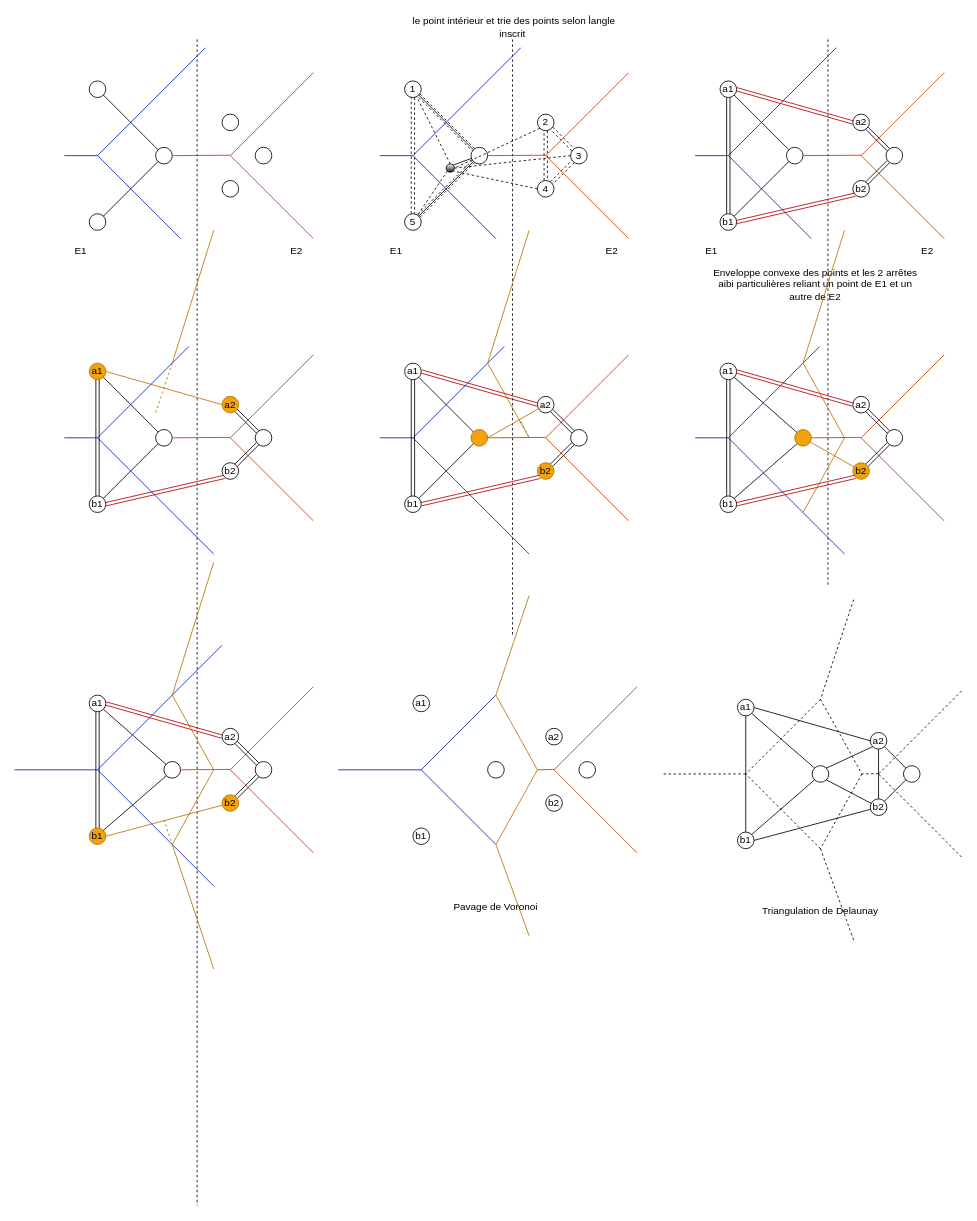
arseneRuben/MTH6405 keeps this draw.io diagram as page "probleme1" (1 of 3) of devoir4.drawio. Above is the earlier version. Source tidied: cells renumbered, new cells numbered last; positions are measured from the earlier drawing's top-left corner, leaving out a move shared by most shapes. Both pictures are drawn from the tidied source at 83%, with x=0, y=0 at pixel (14, 14).
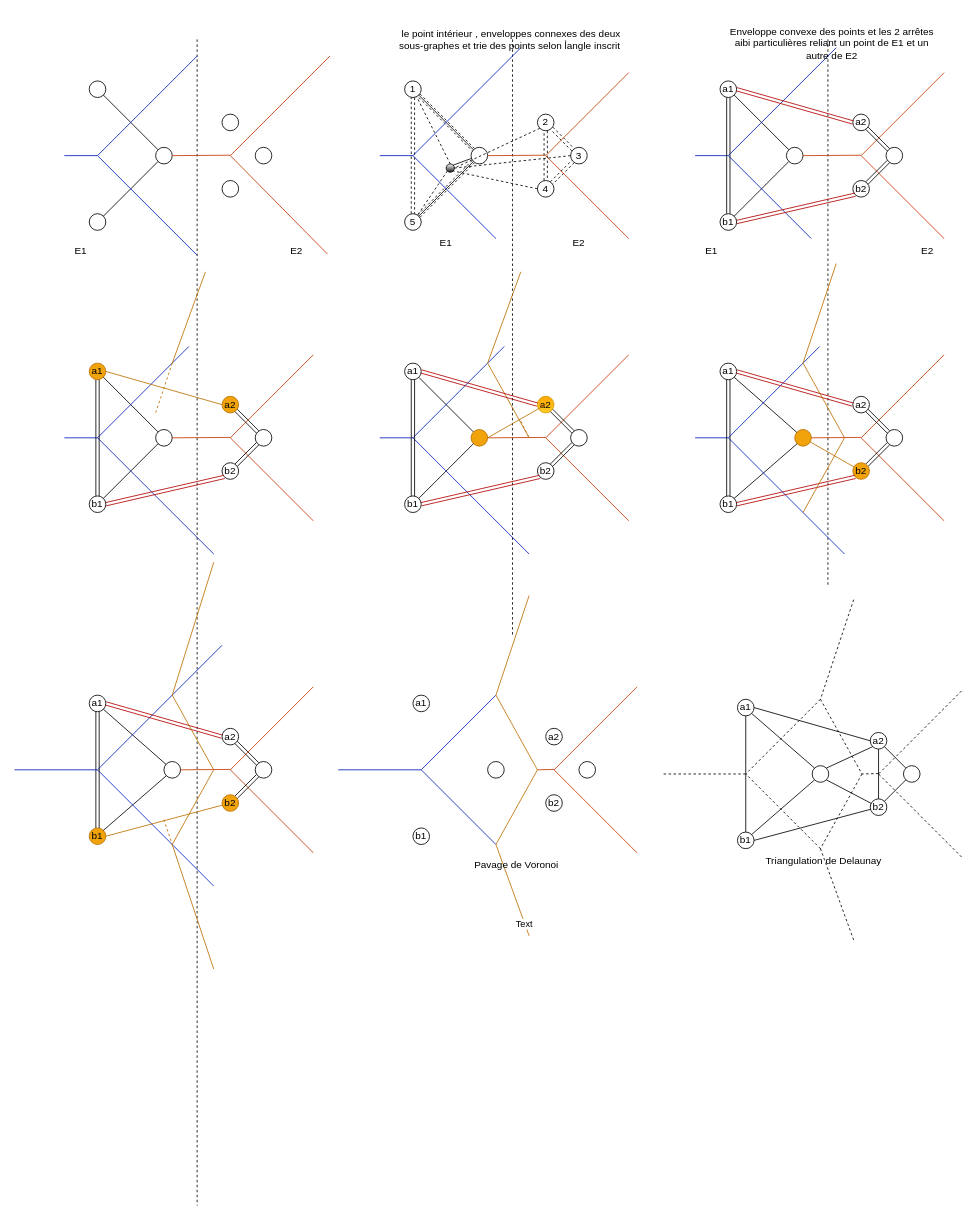
The same diagram, later.

The change refers to these unchanged cells:
```xml
<mxCell id="18" value="E2" style="text;html=1;strokeColor=none;fillColor=none;align=center;verticalAlign=middle;whiteSpace=wrap;rounded=0;" parent="1" vertex="1">
  <mxGeometry x="310" y="270" width="60" height="30" as="geometry" />
</mxCell>
<mxCell id="177" style="endArrow=none;html=1;strokeWidth=1;fontSize=23;fillColor=#f0a30a;strokeColor=#BD7000;" parent="1" edge="1">
  <mxGeometry relative="1" as="geometry">
    <mxPoint x="580" y="1000" as="sourcePoint" />
    <mxPoint x="620" y="1110" as="targetPoint" />
  </mxGeometry>
</mxCell>
```

The edit, as a diff of the source:
```diff
@@
     <mxCell id="11" style="endArrow=none;html=1;strokeWidth=1;fontSize=23;fillColor=#0050ef;strokeColor=#001DBC;" parent="1" edge="1">
       <mxGeometry relative="1" as="geometry">
-        <mxPoint x="230" y="40" as="sourcePoint" />
+        <mxPoint x="220" y="50" as="sourcePoint" />
         <mxPoint x="100" y="170" as="targetPoint" />
       </mxGeometry>
     </mxCell>
@@
     <mxCell id="13" style="endArrow=none;html=1;strokeWidth=1;fontSize=23;fillColor=#0050ef;strokeColor=#001DBC;" parent="1" edge="1">
       <mxGeometry relative="1" as="geometry">
-        <mxPoint x="200" y="270" as="sourcePoint" />
+        <mxPoint x="220" y="290" as="sourcePoint" />
         <mxPoint x="100" y="170" as="targetPoint" />
       </mxGeometry>
     </mxCell>
     <mxCell id="14" style="endArrow=none;html=1;strokeWidth=1;fontSize=23;fillColor=#fa6800;strokeColor=#C73500;" parent="1" edge="1">
       <mxGeometry relative="1" as="geometry">
-        <mxPoint x="360" y="70" as="sourcePoint" />
+        <mxPoint x="380" y="50" as="sourcePoint" />
         <mxPoint x="260" y="170" as="targetPoint" />
       </mxGeometry>
     </mxCell>
-    <mxCell id="15" style="endArrow=none;html=1;strokeWidth=1;fontSize=23;fillColor=#fa6800;strokeColor=#C73500;" parent="1" edge="1">
+    <mxCell id="15" style="endArrow=none;html=1;strokeWidth=1;fontSize=23;fillColor=#fa6800;strokeColor=#C73500;exitX=1.116;exitY=0.616;exitDx=0;exitDy=0;exitPerimeter=0;" parent="1" edge="1" source="18">
       <mxGeometry relative="1" as="geometry">
-        <mxPoint x="360" y="270" as="sourcePoint" />
         <mxPoint x="260" y="170" as="targetPoint" />
       </mxGeometry>
     </mxCell>
@@
     <mxCell id="40" value="E1" style="text;html=1;strokeColor=none;fillColor=none;align=center;verticalAlign=middle;whiteSpace=wrap;rounded=0;" parent="1" vertex="1">
-      <mxGeometry x="430" y="270" width="60" height="30" as="geometry" />
+      <mxGeometry x="490" y="260" width="60" height="30" as="geometry" />
     </mxCell>
     <mxCell id="41" value="E2" style="text;html=1;strokeColor=none;fillColor=none;align=center;verticalAlign=middle;whiteSpace=wrap;rounded=0;" parent="1" vertex="1">
-      <mxGeometry x="690" y="270" width="60" height="30" as="geometry" />
+      <mxGeometry x="650" y="260" width="60" height="30" as="geometry" />
     </mxCell>
-    <mxCell id="42" value="le point intérieur et trie des points selon l̀angle inscrit&amp;nbsp;" style="text;html=1;strokeColor=none;fillColor=none;align=center;verticalAlign=middle;whiteSpace=wrap;rounded=0;" parent="1" vertex="1">
-      <mxGeometry x="477" width="250" height="30" as="geometry" />
+    <mxCell id="42" value="le point intérieur , enveloppes connexes des deux sous-graphes et trie des points selon l̀angle inscrit&amp;nbsp;" style="text;html=1;strokeColor=none;fillColor=none;align=center;verticalAlign=middle;whiteSpace=wrap;rounded=0;" parent="1" vertex="1">
+      <mxGeometry x="450" y="10" width="297" height="40" as="geometry" />
     </mxCell>
@@
     <mxCell id="72" value="Enveloppe convexe des points et les 2 arrêtes aibi particulières reliant un point de E1 et un autre de E2" style="text;html=1;strokeColor=none;fillColor=none;align=center;verticalAlign=middle;whiteSpace=wrap;rounded=0;" parent="1" vertex="1">
-      <mxGeometry x="840" y="310" width="250" height="30" as="geometry" />
+      <mxGeometry x="860" y="20" width="250" height="30" as="geometry" />
     </mxCell>
@@
-    <mxCell id="94" value="a2" style="ellipse;whiteSpace=wrap;html=1;gradientDirection=north;" parent="1" vertex="1">
+    <mxCell id="94" value="a2" style="ellipse;whiteSpace=wrap;html=1;gradientDirection=north;gradientColor=#ffa500;fillColor=#ffcd28;strokeColor=#d79b00;" parent="1" vertex="1">
       <mxGeometry x="630" y="460" width="20" height="20" as="geometry" />
     </mxCell>
-    <mxCell id="95" value="b2" style="ellipse;whiteSpace=wrap;html=1;gradientDirection=north;fillColor=#f0a30a;strokeColor=#BD7000;fontColor=#000000;" parent="1" vertex="1">
+    <mxCell id="95" value="b2" style="ellipse;whiteSpace=wrap;html=1;gradientDirection=north;" parent="1" vertex="1">
       <mxGeometry x="630" y="540" width="20" height="20" as="geometry" />
     </mxCell>
@@
     <mxCell id="109" style="endArrow=none;html=1;strokeWidth=1;fontSize=23;fillColor=#f0a30a;strokeColor=#BD7000;" parent="1" edge="1">
       <mxGeometry relative="1" as="geometry">
-        <mxPoint x="240" y="260" as="sourcePoint" />
+        <mxPoint x="230" y="310" as="sourcePoint" />
         <mxPoint x="190" y="420" as="targetPoint" />
       </mxGeometry>
     </mxCell>
@@
     <mxCell id="111" style="endArrow=none;html=1;strokeWidth=1;fontSize=23;fillColor=#f0a30a;strokeColor=#BD7000;" parent="1" edge="1">
       <mxGeometry relative="1" as="geometry">
-        <mxPoint x="620" y="260" as="sourcePoint" />
+        <mxPoint x="610" y="310" as="sourcePoint" />
         <mxPoint x="570" y="420" as="targetPoint" />
       </mxGeometry>
     </mxCell>
@@
     <mxCell id="136" style="endArrow=none;html=1;strokeWidth=1;fontSize=23;fillColor=#f0a30a;strokeColor=#BD7000;" parent="1" edge="1">
       <mxGeometry relative="1" as="geometry">
-        <mxPoint x="1000" y="260" as="sourcePoint" />
+        <mxPoint x="990" y="300" as="sourcePoint" />
         <mxPoint x="950" y="420" as="targetPoint" />
       </mxGeometry>
     </mxCell>
@@
+    <mxCell id="208" value="Text" style="edgeLabel;html=1;align=center;verticalAlign=middle;" parent="177" vertex="1">
+      <mxGeometry x="0.72" y="-1" relative="1" as="geometry" />
+    </mxCell>
     <mxCell id="178" value="Pavage de Voronoi" style="text;html=1;strokeColor=none;fillColor=none;align=center;verticalAlign=middle;whiteSpace=wrap;rounded=0;" parent="1" vertex="1">
-      <mxGeometry x="455" y="1060" width="250" height="30" as="geometry" />
+      <mxGeometry x="480" y="1010" width="250" height="30" as="geometry" />
     </mxCell>
@@
     <mxCell id="196" value="Triangulation de Delaunay" style="text;html=1;strokeColor=none;fillColor=none;align=center;verticalAlign=middle;whiteSpace=wrap;rounded=0;" parent="1" vertex="1">
-      <mxGeometry x="846" y="1065" width="250" height="30" as="geometry" />
+      <mxGeometry x="850" y="1005" width="250" height="30" as="geometry" />
     </mxCell>
```
